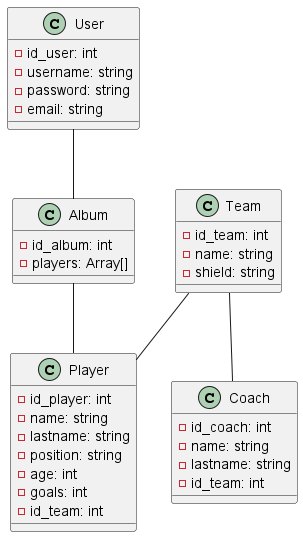
The PlantUML diagram docs/diagrama_clases.png in javieramosfuentes/CVC_projecte_javi, before a commit.
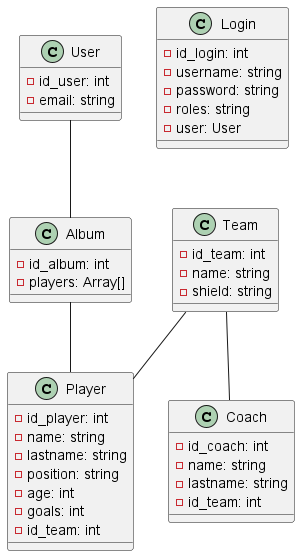
After the commit.

The edit, as a diff of the source:
```diff
@@ -1,9 +1,15 @@
 @startuml
 class User {
     - id_user: int
-    - username: string
-    - password: string
     - email: string
+}
+
+class Login{
+        - id_login: int
+        - username: string
+        - password: string
+        - roles: string
+        - user: User
 }
 
 class Album {
```
